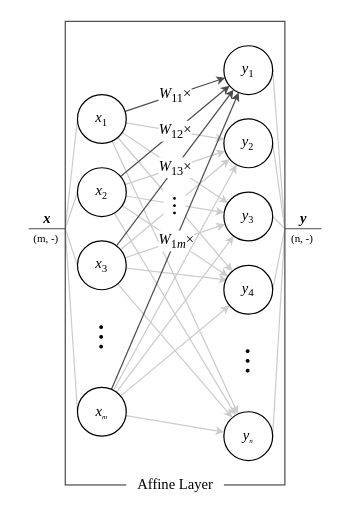
dragoon8192/LaundryTag keeps this draw.io diagram as page "affine" (1 of 3) of img/layers.drawio. Above is the earlier version. Source tidied: cells renumbered, new cells numbered last; positions are measured from the earlier drawing's top-left corner, leaving out a move shared by most shapes. Both pictures are drawn from the tidied source at 122%, with x=0, y=0 at pixel (21, 21).
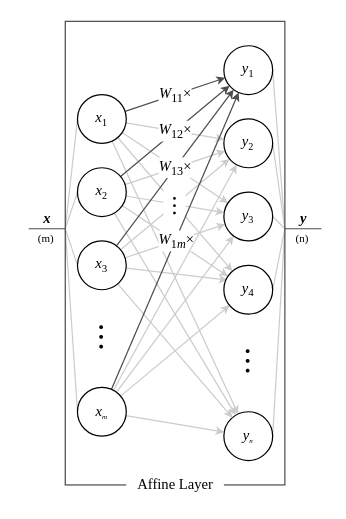
The same diagram, later.

Diff of the diagram source:
```diff
@@
-    <mxCell id="49" value="&lt;font style=&quot;font-size: 9px;&quot;&gt;(m, -)&lt;/font&gt;" style="text;html=1;align=center;verticalAlign=middle;strokeColor=none;fillColor=none;fontSize=18;fontFamily=Times New Roman;spacing=0;labelBackgroundColor=none;" parent="1" vertex="1">
-      <mxGeometry y="160" width="40" height="30" as="geometry" />
+    <mxCell id="49" value="&lt;font style=&quot;font-size: 9px;&quot;&gt;(m)&lt;/font&gt;" style="text;html=1;align=center;verticalAlign=middle;strokeColor=none;fillColor=none;fontSize=18;fontFamily=Times New Roman;spacing=0;labelBackgroundColor=none;" parent="1" vertex="1">
+      <mxGeometry x="5" y="160" width="30" height="30" as="geometry" />
     </mxCell>
-    <mxCell id="50" value="&lt;font style=&quot;font-size: 9px;&quot;&gt;(n, -)&lt;/font&gt;" style="text;html=1;align=center;verticalAlign=middle;strokeColor=none;fillColor=none;fontSize=18;fontFamily=Times New Roman;spacing=0;labelBackgroundColor=none;" parent="1" vertex="1">
-      <mxGeometry x="210" y="160" width="40" height="30" as="geometry" />
+    <mxCell id="50" value="&lt;font style=&quot;font-size: 9px;&quot;&gt;(n)&lt;/font&gt;" style="text;html=1;align=center;verticalAlign=middle;strokeColor=none;fillColor=none;fontSize=18;fontFamily=Times New Roman;spacing=0;labelBackgroundColor=none;" parent="1" vertex="1">
+      <mxGeometry x="215" y="160" width="30" height="30" as="geometry" />
     </mxCell>
```
